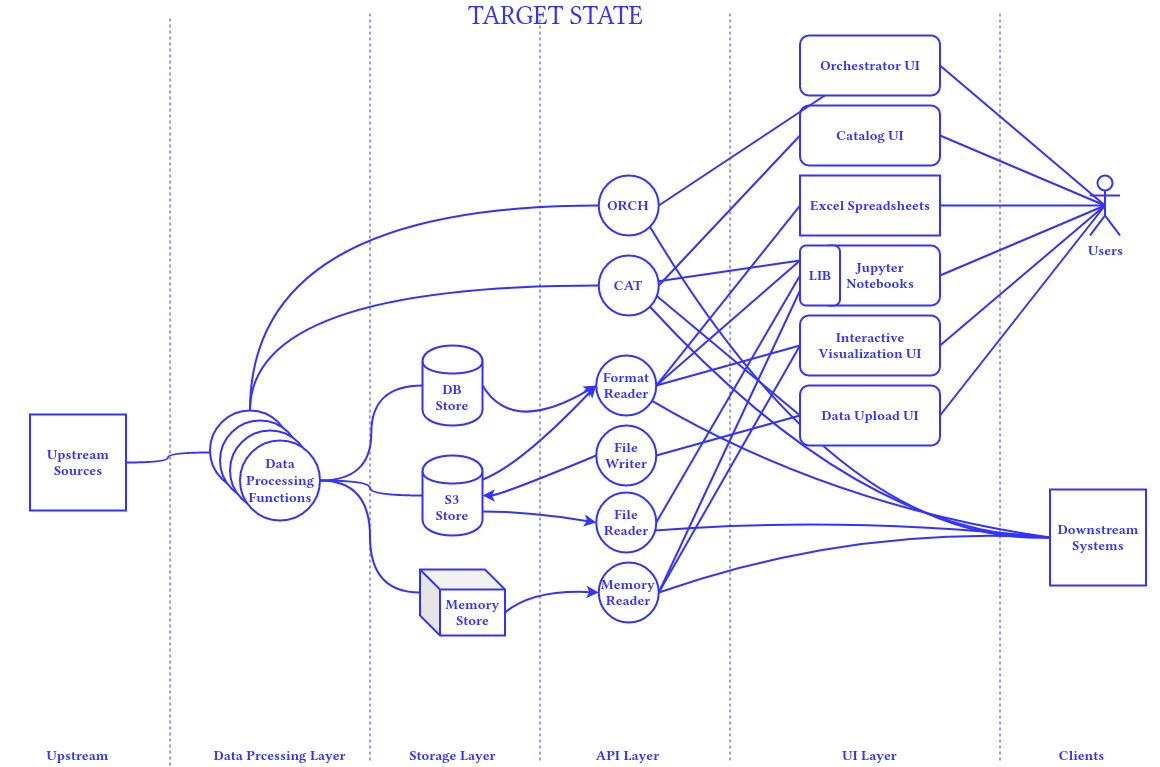
victor-kolesnikov/light-design keeps this draw.io diagram as light-target-state.png. Above is the earlier version. Source tidied: cells renumbered, new cells last; positions are measured from the earlier drawing's top-left corner, leaving out a move shared by most shapes.
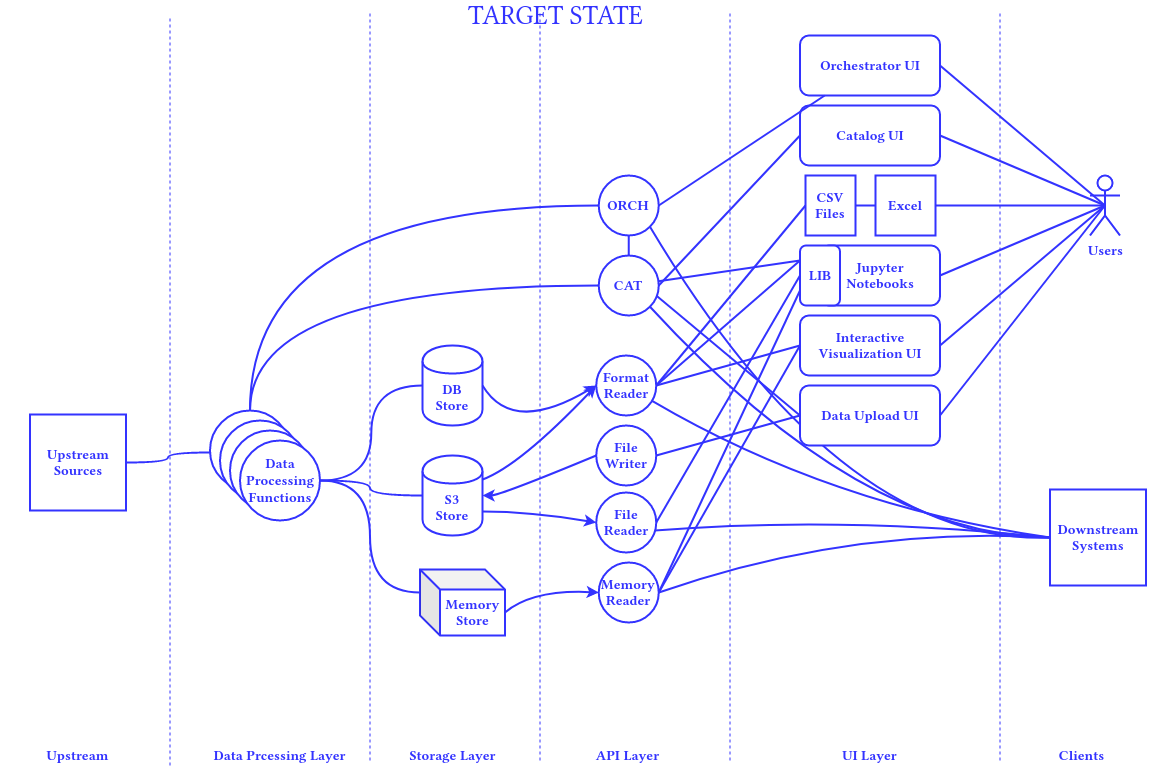
After the commit.

Diff of the diagram source:
```diff
@@ -48,6 +48,9 @@
         </Array>
       </mxGeometry>
     </mxCell>
+    <mxCell id="70" style="edgeStyle=orthogonalEdgeStyle;rounded=0;jettySize=auto;html=1;exitX=0.5;exitY=1;exitDx=0;exitDy=0;endArrow=none;endFill=0;strokeColor=#3333FF;strokeWidth=2;fontSize=14;fontColor=#3333FF;" parent="1" edge="1" source="12" target="13">
+      <mxGeometry relative="1" as="geometry" />
+    </mxCell>
     <mxCell id="12" value="&lt;font color=&quot;#3333FF&quot;&gt;&lt;b&gt;&lt;font style=&quot;font-size: 14px&quot;&gt;ORCH&lt;/font&gt;&lt;/b&gt;&lt;/font&gt;" style="ellipse;whiteSpace=wrap;html=1;strokeColor=#3333FF;strokeWidth=2;fillColor=#FFFFFF;" parent="1" vertex="1">
       <mxGeometry x="598.2" y="170" width="60" height="60" as="geometry" />
     </mxCell>
@@ -99,10 +102,10 @@
     <mxCell id="28" style="endArrow=none;html=1;strokeColor=#3333FF;strokeWidth=2;exitX=1;exitY=0.5;exitDx=0;exitDy=0;entryX=0;entryY=0.5;entryDx=0;entryDy=0;endFill=0;" parent="1" edge="1" source="7" target="21">
       <mxGeometry relative="1" as="geometry" />
     </mxCell>
-    <mxCell id="29" value="&lt;font size=&quot;1&quot; color=&quot;#3333FF&quot;&gt;&lt;b style=&quot;font-size: 14px&quot;&gt;Excel Spreadsheets&lt;/b&gt;&lt;/font&gt;" style="rounded=0;whiteSpace=wrap;html=1;strokeColor=#3333FF;strokeWidth=2;fillColor=#FFFFFF;" parent="1" vertex="1">
-      <mxGeometry x="799.5" y="170" width="140" height="60" as="geometry" />
+    <mxCell id="29" value="&lt;font size=&quot;1&quot; color=&quot;#3333FF&quot;&gt;&lt;b style=&quot;font-size: 14px&quot;&gt;Excel &lt;br&gt;&lt;/b&gt;&lt;/font&gt;" style="rounded=0;whiteSpace=wrap;html=1;strokeColor=#3333FF;strokeWidth=2;fillColor=#FFFFFF;" parent="1" vertex="1">
+      <mxGeometry x="875" y="170" width="60" height="60" as="geometry" />
     </mxCell>
-    <mxCell id="30" style="endArrow=none;html=1;strokeColor=#3333FF;strokeWidth=2;exitX=1;exitY=0.5;exitDx=0;exitDy=0;entryX=0;entryY=0.5;entryDx=0;entryDy=0;endFill=0;" parent="1" edge="1" source="4" target="29">
+    <mxCell id="30" style="endArrow=none;html=1;strokeColor=#3333FF;strokeWidth=2;exitX=1;exitY=0.5;exitDx=0;exitDy=0;entryX=0;entryY=0.5;entryDx=0;entryDy=0;endFill=0;" parent="1" edge="1" source="4" target="72">
       <mxGeometry relative="1" as="geometry" />
     </mxCell>
     <mxCell id="31" style="endArrow=none;html=1;strokeColor=#3333FF;strokeWidth=2;entryX=1;entryY=0.5;entryDx=0;entryDy=0;exitX=0.5;exitY=0.5;exitDx=0;exitDy=0;exitPerimeter=0;" parent="1" edge="1" source="16" target="29">
@@ -270,5 +273,11 @@
     <mxCell id="69" style="endArrow=none;html=1;strokeColor=#3333FF;strokeWidth=2;entryX=0;entryY=0.25;entryDx=0;entryDy=0;endFill=0;" parent="1" edge="1" source="13" target="23">
       <mxGeometry relative="1" as="geometry" />
     </mxCell>
+    <mxCell id="71" style="edgeStyle=orthogonalEdgeStyle;rounded=0;jettySize=auto;html=1;exitX=1;exitY=0.5;exitDx=0;exitDy=0;strokeColor=#3333FF;strokeWidth=2;endArrow=none;endFill=0;" parent="1" edge="1" source="72" target="29">
+      <mxGeometry relative="1" as="geometry" />
+    </mxCell>
+    <mxCell id="72" value="&lt;div style=&quot;font-size: 14px;&quot;&gt;CSV&lt;/div&gt;&lt;div style=&quot;font-size: 14px;&quot;&gt;Files&lt;br style=&quot;font-size: 14px;&quot;&gt;&lt;/div&gt;" style="rounded=0;whiteSpace=wrap;html=1;strokeColor=#3333FF;strokeWidth=2;fontStyle=1;fontSize=14;fontColor=#3333FF;" parent="1" vertex="1">
+      <mxGeometry x="805" y="170" width="50" height="60" as="geometry" />
+    </mxCell>
   </root>
 </mxGraphModel>
```
